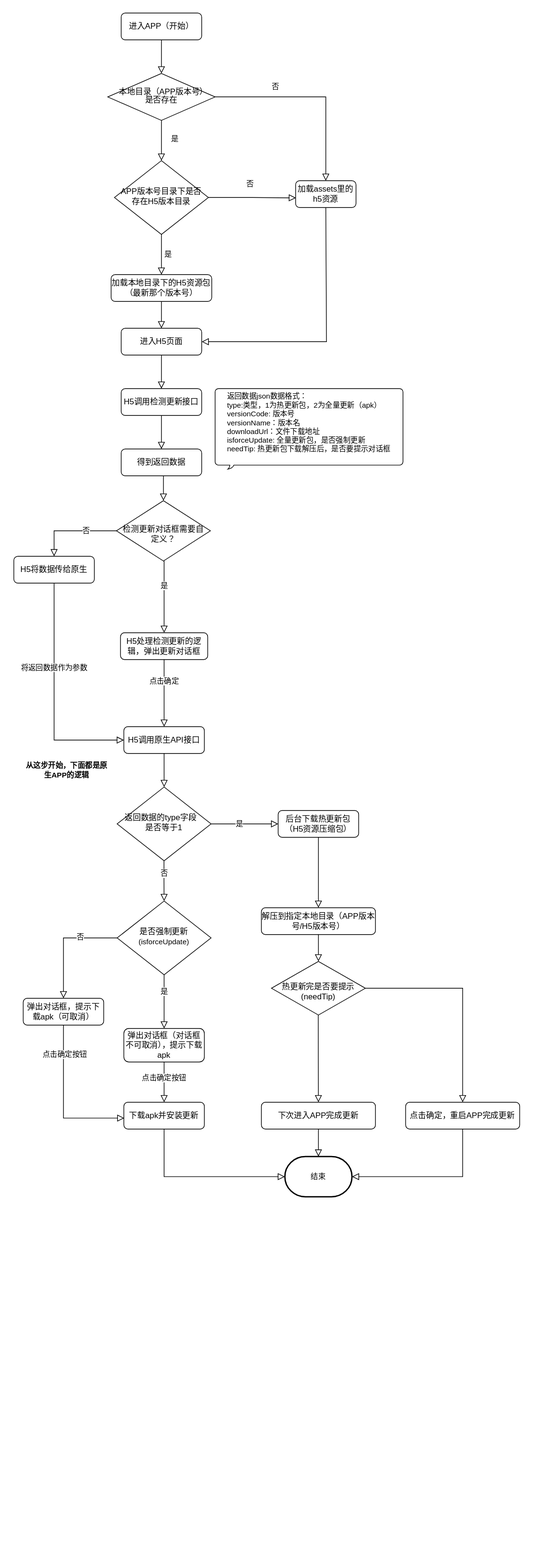
The draw.io diagram 基座APP全量更新和热更新的流程图.svg in TYKYTeam/swan-android-libray, before a commit. Source tidied: cells renumbered, new cells last; positions are measured from the earlier drawing's top-left corner, leaving out a move shared by most shapes.
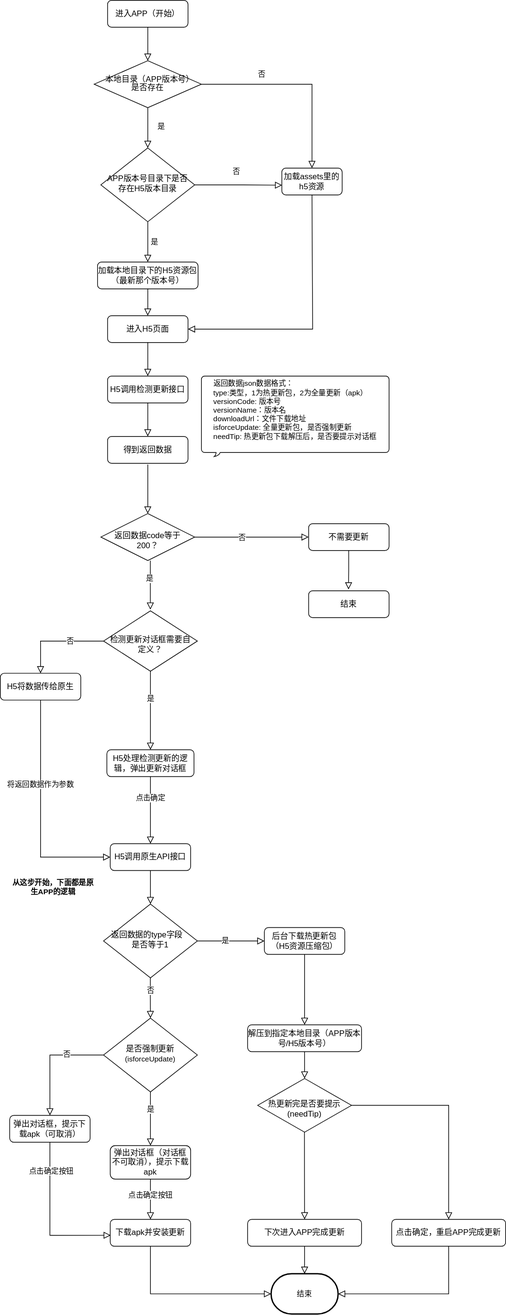
Later version of the same file.

Commit message:
:bento: 更新流程图

Diff of the diagram source:
```diff
@@ -6,25 +6,25 @@
       <mxGeometry relative="1" as="geometry" />
     </mxCell>
     <mxCell id="3" value="进入APP（开始）" style="rounded=1;whiteSpace=wrap;html=1;fontSize=12;glass=0;strokeWidth=1;shadow=0;" parent="1" vertex="1">
-      <mxGeometry x="160" width="120" height="40" as="geometry" />
+      <mxGeometry x="160" y="-193" width="120" height="40" as="geometry" />
     </mxCell>
     <mxCell id="4" value="是" style="rounded=0;html=1;jettySize=auto;fontSize=11;endArrow=block;endFill=0;endSize=8;strokeWidth=1;shadow=0;labelBackgroundColor=none;edgeStyle=orthogonalEdgeStyle;" parent="1" edge="1" source="5" target="8">
       <mxGeometry x="-0.06" y="20" relative="1" as="geometry" />
     </mxCell>
     <mxCell id="5" value="&lt;p style=&quot;line-height: 1;&quot;&gt;&amp;nbsp; 本地目录（APP版本号）是否存在&lt;/p&gt;" style="rhombus;whiteSpace=wrap;html=1;shadow=0;fontFamily=Helvetica;fontSize=12;align=center;strokeWidth=1;spacing=6;spacingTop=-4;" parent="1" vertex="1">
-      <mxGeometry x="140" y="90" width="160" height="70" as="geometry" />
+      <mxGeometry x="140" y="-103" width="160" height="70" as="geometry" />
     </mxCell>
     <mxCell id="6" value="加载assets里的h5资源" style="rounded=1;whiteSpace=wrap;html=1;fontSize=12;glass=0;strokeWidth=1;shadow=0;" parent="1" vertex="1">
-      <mxGeometry x="420" y="250" width="90" height="40" as="geometry" />
+      <mxGeometry x="420" y="57" width="90" height="40" as="geometry" />
     </mxCell>
     <mxCell id="7" value="是" style="rounded=0;html=1;jettySize=auto;fontSize=11;endArrow=block;endFill=0;endSize=8;strokeWidth=1;shadow=0;labelBackgroundColor=none;edgeStyle=orthogonalEdgeStyle;" parent="1" edge="1" source="8" target="9">
       <mxGeometry y="10" relative="1" as="geometry" />
     </mxCell>
     <mxCell id="8" value="APP版本号目录下是否存在H5版本目录" style="rhombus;whiteSpace=wrap;html=1;shadow=0;fontFamily=Helvetica;fontSize=12;align=center;strokeWidth=1;spacing=6;spacingTop=-4;" parent="1" vertex="1">
-      <mxGeometry x="150" y="220" width="140" height="110" as="geometry" />
+      <mxGeometry x="150" y="27" width="140" height="110" as="geometry" />
     </mxCell>
     <mxCell id="9" value="加载本地目录下的H5资源包（最新那个版本号）" style="rounded=1;whiteSpace=wrap;html=1;fontSize=12;glass=0;strokeWidth=1;shadow=0;" parent="1" vertex="1">
-      <mxGeometry x="145" y="390" width="150" height="40" as="geometry" />
+      <mxGeometry x="145" y="197" width="150" height="40" as="geometry" />
     </mxCell>
     <mxCell id="10" value="否" style="rounded=0;html=1;jettySize=auto;fontSize=11;endArrow=block;endFill=0;endSize=8;strokeWidth=1;shadow=0;labelBackgroundColor=none;edgeStyle=orthogonalEdgeStyle;exitX=1;exitY=0.5;exitDx=0;exitDy=0;entryX=0.5;entryY=0;entryDx=0;entryDy=0;" parent="1" edge="1" source="5" target="6">
       <mxGeometry x="-0.38" y="15" relative="1" as="geometry" />
@@ -33,7 +33,7 @@
       <mxGeometry x="-0.06" y="20" relative="1" as="geometry" />
     </mxCell>
     <mxCell id="12" value="进入H5页面" style="rounded=1;whiteSpace=wrap;html=1;fontSize=12;glass=0;strokeWidth=1;shadow=0;" parent="1" vertex="1">
-      <mxGeometry x="160" y="470" width="120" height="40" as="geometry" />
+      <mxGeometry x="160" y="277" width="120" height="40" as="geometry" />
     </mxCell>
     <mxCell id="13" style="rounded=0;html=1;jettySize=auto;fontSize=11;endArrow=block;endFill=0;endSize=8;strokeWidth=1;shadow=0;labelBackgroundColor=none;edgeStyle=orthogonalEdgeStyle;exitX=0.5;exitY=1;exitDx=0;exitDy=0;entryX=0.5;entryY=0;entryDx=0;entryDy=0;" parent="1" edge="1" source="9" target="12">
       <mxGeometry y="10" relative="1" as="geometry" />
@@ -41,25 +41,25 @@
     <mxCell id="14" style="rounded=0;html=1;jettySize=auto;fontSize=11;endArrow=block;endFill=0;endSize=8;strokeWidth=1;shadow=0;labelBackgroundColor=none;edgeStyle=orthogonalEdgeStyle;exitX=0.5;exitY=1;exitDx=0;exitDy=0;entryX=1;entryY=0.5;entryDx=0;entryDy=0;" parent="1" edge="1" source="6" target="12">
       <mxGeometry y="10" relative="1" as="geometry">
         <Array as="points">
-          <mxPoint x="466" y="290" />
-          <mxPoint x="466" y="490" />
+          <mxPoint x="466" y="97" />
+          <mxPoint x="466" y="297" />
         </Array>
       </mxGeometry>
     </mxCell>
     <mxCell id="15" value="H5调用检测更新接口" style="rounded=1;whiteSpace=wrap;html=1;fontSize=12;glass=0;strokeWidth=1;shadow=0;" parent="1" vertex="1">
-      <mxGeometry x="160" y="560" width="120" height="40" as="geometry" />
+      <mxGeometry x="160" y="367" width="120" height="40" as="geometry" />
     </mxCell>
     <mxCell id="16" value="返回数据的type字段&amp;nbsp; &amp;nbsp; 是否等于1" style="rhombus;whiteSpace=wrap;html=1;shadow=0;fontFamily=Helvetica;fontSize=12;align=center;strokeWidth=1;spacing=6;spacingTop=-4;" parent="1" vertex="1">
       <mxGeometry x="154" y="1154" width="140" height="110" as="geometry" />
     </mxCell>
     <mxCell id="17" value="得到返回数据" style="rounded=1;whiteSpace=wrap;html=1;fontSize=12;glass=0;strokeWidth=1;shadow=0;" parent="1" vertex="1">
-      <mxGeometry x="160" y="650" width="120" height="40" as="geometry" />
+      <mxGeometry x="160" y="457" width="120" height="40" as="geometry" />
     </mxCell>
     <mxCell id="18" style="rounded=0;html=1;jettySize=auto;fontSize=11;endArrow=block;endFill=0;endSize=8;strokeWidth=1;shadow=0;labelBackgroundColor=none;edgeStyle=orthogonalEdgeStyle;exitX=0.5;exitY=1;exitDx=0;exitDy=0;entryX=0.5;entryY=0;entryDx=0;entryDy=0;" parent="1" edge="1" source="15" target="17">
       <mxGeometry x="-0.06" y="20" relative="1" as="geometry">
         <Array as="points">
-          <mxPoint x="220" y="630" />
-          <mxPoint x="220" y="630" />
+          <mxPoint x="220" y="437" />
+          <mxPoint x="220" y="437" />
         </Array>
       </mxGeometry>
     </mxCell>
@@ -67,7 +67,7 @@
       <mxGeometry x="164" y="1064" width="120" height="40" as="geometry" />
     </mxCell>
     <mxCell id="20" value="&lt;div style=&quot;text-align: left;&quot;&gt;&lt;span style=&quot;font-size: 11px; background-color: initial;&quot;&gt;返回数据json数据格式：&lt;/span&gt;&lt;/div&gt;&lt;font style=&quot;font-size: 11px;&quot;&gt;&lt;div style=&quot;text-align: left;&quot;&gt;&lt;span style=&quot;background-color: initial;&quot;&gt;type:类型，1为热更新包，2为全量更新（apk）&lt;/span&gt;&lt;/div&gt;&lt;div style=&quot;text-align: left;&quot;&gt;versionCode: 版本号&lt;/div&gt;&lt;div style=&quot;text-align: left;&quot;&gt;versionName：版本名&lt;/div&gt;&lt;div style=&quot;text-align: left;&quot;&gt;downloadUrl：文件下载地址&lt;/div&gt;&lt;div style=&quot;text-align: left;&quot;&gt;isforceUpdate: 全量更新包，是否强制更新&lt;/div&gt;&lt;div style=&quot;text-align: left;&quot;&gt;needTip: 热更新包下载解压后，是否要提示对话框&lt;/div&gt;&lt;div style=&quot;text-align: left;&quot;&gt;&lt;br&gt;&lt;/div&gt;&lt;/font&gt;" style="whiteSpace=wrap;html=1;shape=mxgraph.basic.roundRectCallout;dx=25;dy=6;size=5;boundedLbl=1;hachureGap=4;flipH=0;" parent="1" vertex="1">
-      <mxGeometry x="300" y="560" width="280" height="120" as="geometry" />
+      <mxGeometry x="300" y="367" width="280" height="120" as="geometry" />
     </mxCell>
     <mxCell id="21" value="后台下载热更新包（H5资源压缩包）" style="rounded=1;whiteSpace=wrap;html=1;fontSize=12;glass=0;strokeWidth=1;shadow=0;" parent="1" vertex="1">
       <mxGeometry x="394" y="1189" width="120" height="40" as="geometry" />
@@ -196,7 +196,7 @@
       </mxGeometry>
     </mxCell>
     <mxCell id="56" value="&amp;nbsp; &amp;nbsp; &lt;br&gt;检测更新对话框需要自定义？" style="rhombus;whiteSpace=wrap;html=1;shadow=0;fontFamily=Helvetica;fontSize=12;align=center;strokeWidth=1;spacing=6;spacingTop=-4;" parent="1" vertex="1">
-      <mxGeometry x="153" y="727" width="140" height="90" as="geometry" />
+      <mxGeometry x="154" y="717" width="140" height="90" as="geometry" />
     </mxCell>
     <mxCell id="57" style="rounded=0;html=1;jettySize=auto;fontSize=11;endArrow=block;endFill=0;endSize=8;strokeWidth=1;shadow=0;labelBackgroundColor=none;edgeStyle=orthogonalEdgeStyle;exitX=0.5;exitY=1;exitDx=0;exitDy=0;entryX=0;entryY=0.5;entryDx=0;entryDy=0;" parent="1" edge="1" source="63" target="19">
       <mxGeometry x="-0.06" y="20" relative="1" as="geometry" />
@@ -224,8 +224,42 @@
     <mxCell id="63" value="H5将数据传给原生" style="rounded=1;whiteSpace=wrap;html=1;fontSize=12;glass=0;strokeWidth=1;shadow=0;" parent="1" vertex="1">
       <mxGeometry y="810" width="120" height="40" as="geometry" />
     </mxCell>
-    <mxCell id="64" style="rounded=0;html=1;jettySize=auto;fontSize=11;endArrow=block;endFill=0;endSize=8;strokeWidth=1;shadow=0;labelBackgroundColor=none;edgeStyle=orthogonalEdgeStyle;entryX=0.5;entryY=0;entryDx=0;entryDy=0;exitX=0.525;exitY=1.004;exitDx=0;exitDy=0;exitPerimeter=0;" parent="1" edge="1" source="17" target="56">
-      <mxGeometry x="-0.06" y="20" relative="1" as="geometry" />
-    </mxCell>
+    <mxCell id="65" value="&amp;nbsp; &lt;br&gt;返回数据code等于&lt;br&gt;200？" style="rhombus;whiteSpace=wrap;html=1;shadow=0;fontFamily=Helvetica;fontSize=12;align=center;strokeWidth=1;spacing=6;spacingTop=-4;" parent="1" vertex="1">
+      <mxGeometry x="150" y="572" width="140" height="70" as="geometry" />
+    </mxCell>
+    <mxCell id="66" style="rounded=0;html=1;jettySize=auto;fontSize=11;endArrow=block;endFill=0;endSize=8;strokeWidth=1;shadow=0;labelBackgroundColor=none;edgeStyle=orthogonalEdgeStyle;exitX=1;exitY=0.5;exitDx=0;exitDy=0;entryX=0;entryY=0.5;entryDx=0;entryDy=0;" parent="1" edge="1" source="65" target="68">
+      <mxGeometry x="-0.06" y="20" relative="1" as="geometry">
+        <Array as="points">
+          <mxPoint x="330" y="607" />
+          <mxPoint x="330" y="607" />
+        </Array>
+      </mxGeometry>
+    </mxCell>
+    <mxCell id="67" value="否" style="edgeLabel;html=1;align=center;verticalAlign=middle;fontSize=11;" parent="66" vertex="1">
+      <mxGeometry x="-0.17" y="-1" relative="1" as="geometry" />
+    </mxCell>
+    <mxCell id="68" value="不需要更新" style="rounded=1;whiteSpace=wrap;html=1;fontSize=12;glass=0;strokeWidth=1;shadow=0;" parent="1" vertex="1">
+      <mxGeometry x="460" y="587" width="120" height="40" as="geometry" />
+    </mxCell>
+    <mxCell id="69" style="rounded=0;html=1;jettySize=auto;fontSize=11;endArrow=block;endFill=0;endSize=8;strokeWidth=1;shadow=0;labelBackgroundColor=none;edgeStyle=orthogonalEdgeStyle;exitX=0.5;exitY=1.047;exitDx=0;exitDy=0;entryX=0.5;entryY=0;entryDx=0;entryDy=0;exitPerimeter=0;" parent="1" edge="1" source="17" target="65">
+      <mxGeometry x="-0.06" y="20" relative="1" as="geometry" />
+    </mxCell>
+    <mxCell id="70" style="rounded=0;html=1;jettySize=auto;orthogonalLoop=1;fontSize=11;endArrow=block;endFill=0;endSize=8;strokeWidth=1;shadow=0;labelBackgroundColor=none;edgeStyle=orthogonalEdgeStyle;exitX=0.5;exitY=1.047;exitDx=0;exitDy=0;entryX=0.5;entryY=0;entryDx=0;entryDy=0;exitPerimeter=0;" parent="1" edge="1">
+      <mxGeometry x="-0.06" y="20" relative="1" as="geometry">
+        <mxPoint x="223.8" y="642" as="sourcePoint" />
+        <mxPoint x="223.8" y="715.1" as="targetPoint" />
+      </mxGeometry>
+    </mxCell>
+    <mxCell id="71" value="是" style="edgeLabel;html=1;align=center;verticalAlign=middle;fontSize=11;" parent="70" vertex="1">
+      <mxGeometry x="-0.28" y="-1" relative="1" as="geometry" />
+    </mxCell>
+    <mxCell id="72" value="结束" style="rounded=1;whiteSpace=wrap;html=1;fontSize=12;glass=0;strokeWidth=1;shadow=0;" parent="1" vertex="1">
+      <mxGeometry x="460" y="687" width="120" height="40" as="geometry" />
+    </mxCell>
+    <mxCell id="73" style="rounded=0;html=1;jettySize=auto;fontSize=11;endArrow=block;endFill=0;endSize=8;strokeWidth=1;shadow=0;labelBackgroundColor=none;edgeStyle=orthogonalEdgeStyle;exitX=0.5;exitY=1.047;exitDx=0;exitDy=0;entryX=0.496;entryY=-0.05;entryDx=0;entryDy=0;exitPerimeter=0;entryPerimeter=0;" parent="1" edge="1" target="72">
+      <mxGeometry x="-0.06" y="20" relative="1" as="geometry">
+        <mxPoint x="519.8" y="627" as="sourcePoint" />
+      </mxGeometry>
+    </mxCell>
   </root>
 </mxGraphModel>
```
